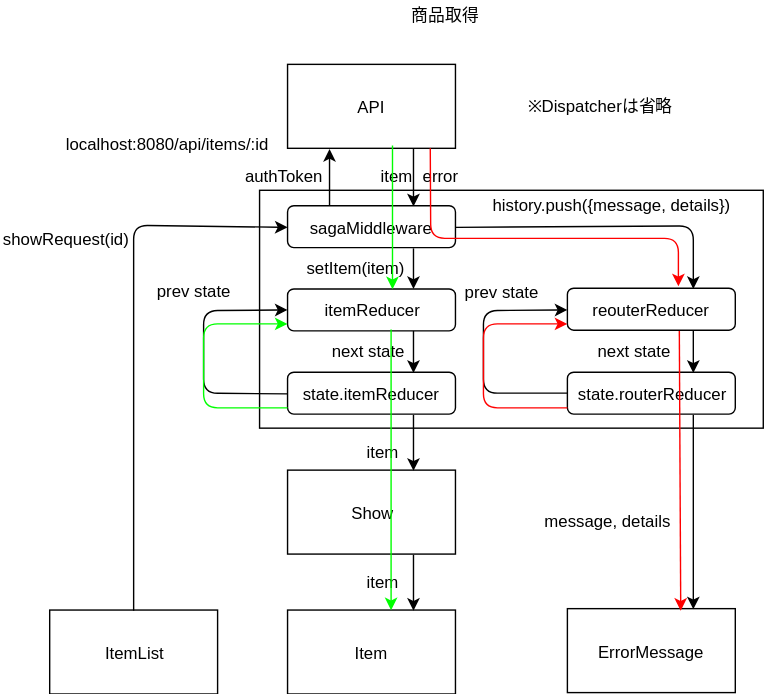
Above: diagram/dataFlow/show.svg in emgniddikur/react-app (draw.io), before the change. Source tidied: cells renumbered, new cells last; positions are measured from the earlier drawing's top-left corner, leaving out a move shared by most shapes. The source it was exported from:
```xml
<mxGraphModel>
  <root>
    <mxCell id="0" />
    <mxCell id="1" parent="0" />
    <mxCell id="2" value="※Dispatcherは省略" style="text;html=1;align=left;verticalAlign=top;spacingTop=-4;" parent="1" vertex="1">
      <mxGeometry x="375" y="64.5" width="120" height="20" as="geometry" />
    </mxCell>
    <mxCell id="3" value="Show" style="rounded=0;whiteSpace=wrap;html=1;" parent="1" vertex="1">
      <mxGeometry x="205" y="334.5" width="120" height="60" as="geometry" />
    </mxCell>
    <mxCell id="4" style="rounded=0;whiteSpace=wrap;html=1;" parent="1" vertex="1">
      <mxGeometry x="185" y="134.5" width="360" height="170" as="geometry" />
    </mxCell>
    <mxCell id="5" value="Item" style="rounded=0;whiteSpace=wrap;html=1;" parent="1" vertex="1">
      <mxGeometry x="205" y="434.5" width="120" height="60" as="geometry" />
    </mxCell>
    <mxCell id="6" style="endArrow=classic;html=1;entryX=0.75;entryY=0;entryDx=0;entryDy=0;exitX=0.75;exitY=1;exitDx=0;exitDy=0;" parent="1" edge="1" source="3" target="5">
      <mxGeometry relative="1" as="geometry" />
    </mxCell>
    <mxCell id="7" style="endArrow=classic;html=1;entryX=0.25;entryY=1;entryDx=0;entryDy=0;exitX=0.25;exitY=0;exitDx=0;exitDy=0;" parent="1" edge="1" source="10" target="9">
      <mxGeometry relative="1" as="geometry" />
    </mxCell>
    <mxCell id="8" style="endArrow=classic;html=1;entryX=0.75;entryY=0;entryDx=0;entryDy=0;exitX=0.75;exitY=1;exitDx=0;exitDy=0;" parent="1" edge="1" source="9" target="10">
      <mxGeometry relative="1" as="geometry" />
    </mxCell>
    <mxCell id="9" value="API&lt;br&gt;" style="rounded=0;whiteSpace=wrap;html=1;" parent="1" vertex="1">
      <mxGeometry x="205" y="44.5" width="120" height="60" as="geometry" />
    </mxCell>
    <mxCell id="10" value="sagaMiddleware" style="rounded=1;whiteSpace=wrap;html=1;" parent="1" vertex="1">
      <mxGeometry x="205" y="145.5" width="120" height="30" as="geometry" />
    </mxCell>
    <mxCell id="11" value="state.itemReducer" style="rounded=1;whiteSpace=wrap;html=1;" parent="1" vertex="1">
      <mxGeometry x="205" y="264.5" width="120" height="30" as="geometry" />
    </mxCell>
    <mxCell id="12" value="ItemList" style="rounded=0;whiteSpace=wrap;html=1;" parent="1" vertex="1">
      <mxGeometry x="35" y="434.5" width="120" height="60" as="geometry" />
    </mxCell>
    <mxCell id="13" style="endArrow=classic;html=1;entryX=0;entryY=0.5;entryDx=0;entryDy=0;exitX=0.5;exitY=0;exitDx=0;exitDy=0;" parent="1" edge="1" source="12" target="10">
      <mxGeometry relative="1" as="geometry">
        <Array as="points">
          <mxPoint x="95" y="159.5" />
        </Array>
      </mxGeometry>
    </mxCell>
    <mxCell id="14" style="endArrow=classic;html=1;entryX=0.75;entryY=0;entryDx=0;entryDy=0;exitX=0.75;exitY=1;exitDx=0;exitDy=0;" parent="1" edge="1" source="10" target="15">
      <mxGeometry relative="1" as="geometry" />
    </mxCell>
    <mxCell id="15" value="itemReducer" style="rounded=1;whiteSpace=wrap;html=1;" parent="1" vertex="1">
      <mxGeometry x="205" y="205" width="120" height="30" as="geometry" />
    </mxCell>
    <mxCell id="16" style="endArrow=classic;html=1;entryX=0.75;entryY=0;entryDx=0;entryDy=0;exitX=0.75;exitY=1;exitDx=0;exitDy=0;" parent="1" edge="1" source="15" target="11">
      <mxGeometry relative="1" as="geometry" />
    </mxCell>
    <mxCell id="17" style="endArrow=classic;html=1;entryX=0;entryY=0.5;entryDx=0;entryDy=0;exitX=0;exitY=0.5;exitDx=0;exitDy=0;" parent="1" edge="1" source="11" target="15">
      <mxGeometry relative="1" as="geometry">
        <Array as="points">
          <mxPoint x="145" y="279.5" />
          <mxPoint x="145" y="220.5" />
        </Array>
      </mxGeometry>
    </mxCell>
    <mxCell id="18" value="reouterReducer&lt;br&gt;" style="rounded=1;whiteSpace=wrap;html=1;" parent="1" vertex="1">
      <mxGeometry x="405" y="204.5" width="120" height="30" as="geometry" />
    </mxCell>
    <mxCell id="19" style="endArrow=classic;html=1;entryX=0.75;entryY=0;entryDx=0;entryDy=0;exitX=1;exitY=0.5;exitDx=0;exitDy=0;" parent="1" edge="1" source="10" target="18">
      <mxGeometry relative="1" as="geometry">
        <Array as="points">
          <mxPoint x="495" y="160" />
        </Array>
      </mxGeometry>
    </mxCell>
    <mxCell id="20" value="state.routerReducer" style="rounded=1;whiteSpace=wrap;html=1;" parent="1" vertex="1">
      <mxGeometry x="405" y="264.5" width="120" height="30" as="geometry" />
    </mxCell>
    <mxCell id="21" style="endArrow=classic;html=1;entryX=0;entryY=0.5;entryDx=0;entryDy=0;exitX=0;exitY=0.5;exitDx=0;exitDy=0;" parent="1" edge="1">
      <mxGeometry relative="1" as="geometry">
        <mxPoint x="405" y="279.5" as="sourcePoint" />
        <mxPoint x="405" y="220" as="targetPoint" />
        <Array as="points">
          <mxPoint x="345" y="279.5" />
          <mxPoint x="345" y="220.5" />
        </Array>
      </mxGeometry>
    </mxCell>
    <mxCell id="22" style="endArrow=classic;html=1;entryX=0.75;entryY=0;entryDx=0;entryDy=0;exitX=0.75;exitY=1;exitDx=0;exitDy=0;" parent="1" edge="1" source="18" target="20">
      <mxGeometry relative="1" as="geometry" />
    </mxCell>
    <mxCell id="23" style="endArrow=classic;html=1;entryX=0.75;entryY=0;entryDx=0;entryDy=0;exitX=0.75;exitY=1;exitDx=0;exitDy=0;" parent="1" edge="1" source="11" target="3">
      <mxGeometry relative="1" as="geometry" />
    </mxCell>
    <mxCell id="24" value="商品取得&lt;br&gt;" style="text;html=1;align=left;verticalAlign=top;spacingTop=-4;" parent="1" vertex="1">
      <mxGeometry x="292" y="-0.5" width="60" height="20" as="geometry" />
    </mxCell>
    <mxCell id="25" value="item" style="text;html=1;align=left;verticalAlign=top;spacingTop=-4;" parent="1" vertex="1">
      <mxGeometry x="270" y="115" width="40" height="20" as="geometry" />
    </mxCell>
    <mxCell id="26" value="showRequest(id)" style="text;html=1;align=left;verticalAlign=top;spacingTop=-4;" parent="1" vertex="1">
      <mxGeometry y="160" width="110" height="20" as="geometry" />
    </mxCell>
    <mxCell id="27" value="authToken" style="text;html=1;align=left;verticalAlign=top;spacingTop=-4;" parent="1" vertex="1">
      <mxGeometry x="173" y="115" width="70" height="20" as="geometry" />
    </mxCell>
    <mxCell id="28" value="setItem(item)" style="text;html=1;align=left;verticalAlign=top;spacingTop=-4;" parent="1" vertex="1">
      <mxGeometry x="217" y="180.5" width="90" height="20" as="geometry" />
    </mxCell>
    <mxCell id="29" value="prev state" style="text;html=1;align=left;verticalAlign=top;spacingTop=-4;" parent="1" vertex="1">
      <mxGeometry x="110" y="197" width="70" height="20" as="geometry" />
    </mxCell>
    <mxCell id="30" value="next state" style="text;html=1;align=left;verticalAlign=top;spacingTop=-4;" parent="1" vertex="1">
      <mxGeometry x="235" y="240" width="70" height="20" as="geometry" />
    </mxCell>
    <mxCell id="31" value="item" style="text;html=1;align=left;verticalAlign=top;spacingTop=-4;" parent="1" vertex="1">
      <mxGeometry x="260" y="312" width="40" height="20" as="geometry" />
    </mxCell>
    <mxCell id="32" value="item" style="text;html=1;align=left;verticalAlign=top;spacingTop=-4;" parent="1" vertex="1">
      <mxGeometry x="260" y="404.5" width="40" height="20" as="geometry" />
    </mxCell>
    <mxCell id="33" value="prev state" style="text;html=1;align=left;verticalAlign=top;spacingTop=-4;" parent="1" vertex="1">
      <mxGeometry x="330" y="197.5" width="70" height="20" as="geometry" />
    </mxCell>
    <mxCell id="34" value="next state" style="text;html=1;align=left;verticalAlign=top;spacingTop=-4;" parent="1" vertex="1">
      <mxGeometry x="425" y="240" width="70" height="20" as="geometry" />
    </mxCell>
    <mxCell id="35" value="ErrorMessage" style="rounded=0;whiteSpace=wrap;html=1;" parent="1" vertex="1">
      <mxGeometry x="405" y="433.5" width="120" height="60" as="geometry" />
    </mxCell>
    <mxCell id="36" style="endArrow=classic;html=1;entryX=0.75;entryY=0;entryDx=0;entryDy=0;exitX=0.75;exitY=1;exitDx=0;exitDy=0;" parent="1" edge="1" source="20" target="35">
      <mxGeometry relative="1" as="geometry" />
    </mxCell>
    <mxCell id="37" value="message, details" style="text;html=1;align=left;verticalAlign=top;spacingTop=-4;" parent="1" vertex="1">
      <mxGeometry x="387" y="362" width="110" height="20" as="geometry" />
    </mxCell>
    <mxCell id="38" value="error" style="text;html=1;align=left;verticalAlign=top;spacingTop=-4;" parent="1" vertex="1">
      <mxGeometry x="300" y="115" width="40" height="20" as="geometry" />
    </mxCell>
    <mxCell id="39" value="localhost:8080/api/items/:id" style="text;html=1;align=left;verticalAlign=top;spacingTop=-4;" parent="1" vertex="1">
      <mxGeometry x="45" y="92" width="160" height="20" as="geometry" />
    </mxCell>
    <mxCell id="40" value="history.push({message, details})" style="text;html=1;align=left;verticalAlign=top;spacingTop=-4;" parent="1" vertex="1">
      <mxGeometry x="350" y="136" width="190" height="20" as="geometry" />
    </mxCell>
    <mxCell id="41" style="endArrow=classic;html=1;strokeColor=#FF0000;exitX=0.858;exitY=1.017;exitDx=0;exitDy=0;exitPerimeter=0;entryX=0.667;entryY=-0.033;entryDx=0;entryDy=0;entryPerimeter=0;" parent="1" edge="1">
      <mxGeometry relative="1" as="geometry">
        <mxPoint x="307" y="104.5" as="sourcePoint" />
        <mxPoint x="484.3" y="203.2" as="targetPoint" />
        <Array as="points">
          <mxPoint x="307.3" y="168.8" />
          <mxPoint x="484.3" y="168.8" />
        </Array>
      </mxGeometry>
    </mxCell>
    <mxCell id="42" style="endArrow=classic;html=1;strokeColor=#FF0000;" parent="1" edge="1">
      <mxGeometry relative="1" as="geometry">
        <mxPoint x="405" y="290" as="sourcePoint" />
        <mxPoint x="405" y="230" as="targetPoint" />
        <Array as="points">
          <mxPoint x="345" y="290" />
          <mxPoint x="345" y="230" />
        </Array>
      </mxGeometry>
    </mxCell>
    <mxCell id="43" style="endArrow=classic;html=1;strokeColor=#FF0000;" parent="1" edge="1">
      <mxGeometry relative="1" as="geometry">
        <mxPoint x="485" y="235" as="sourcePoint" />
        <mxPoint x="486" y="435" as="targetPoint" />
      </mxGeometry>
    </mxCell>
    <mxCell id="44" style="endArrow=classic;html=1;strokeColor=#00FF00;exitX=0.667;exitY=0.983;exitDx=0;exitDy=0;exitPerimeter=0;" parent="1" edge="1">
      <mxGeometry relative="1" as="geometry">
        <mxPoint x="279" y="234" as="sourcePoint" />
        <mxPoint x="279" y="434.7" as="targetPoint" />
      </mxGeometry>
    </mxCell>
    <mxCell id="45" style="endArrow=classic;html=1;strokeColor=#00FF00;exitX=0.667;exitY=0.983;exitDx=0;exitDy=0;exitPerimeter=0;entryX=0.671;entryY=0.033;entryDx=0;entryDy=0;entryPerimeter=0;" parent="1" edge="1">
      <mxGeometry relative="1" as="geometry">
        <mxPoint x="280" y="102.5" as="sourcePoint" />
        <mxPoint x="280" y="205.2" as="targetPoint" />
      </mxGeometry>
    </mxCell>
    <mxCell id="46" style="endArrow=classic;html=1;strokeColor=#00FF00;" parent="1" edge="1">
      <mxGeometry relative="1" as="geometry">
        <mxPoint x="205" y="290" as="sourcePoint" />
        <mxPoint x="205" y="230" as="targetPoint" />
        <Array as="points">
          <mxPoint x="145" y="290" />
          <mxPoint x="145" y="230" />
        </Array>
      </mxGeometry>
    </mxCell>
  </root>
</mxGraphModel>
```
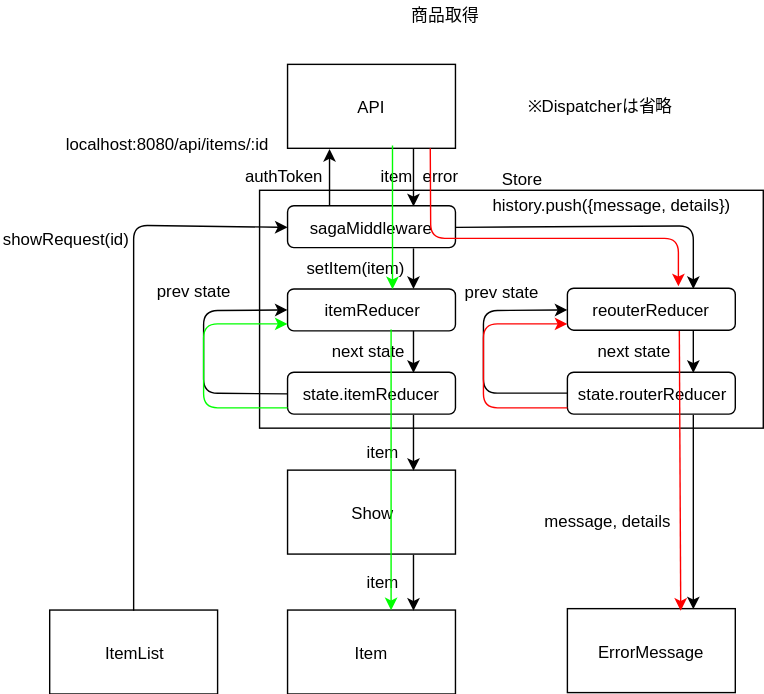
Later version of the same file.

Commit message:
[Fix] Store、deleteのレスポンス

Change to the diagram source:
```diff
@@ -187,5 +187,8 @@
         </Array>
       </mxGeometry>
     </mxCell>
+    <mxCell id="47" value="Store" style="text;html=1;strokeColor=none;fillColor=none;align=center;verticalAlign=middle;whiteSpace=wrap;rounded=0;" parent="1" vertex="1">
+      <mxGeometry x="352" y="116" width="40" height="20" as="geometry" />
+    </mxCell>
   </root>
 </mxGraphModel>
```
